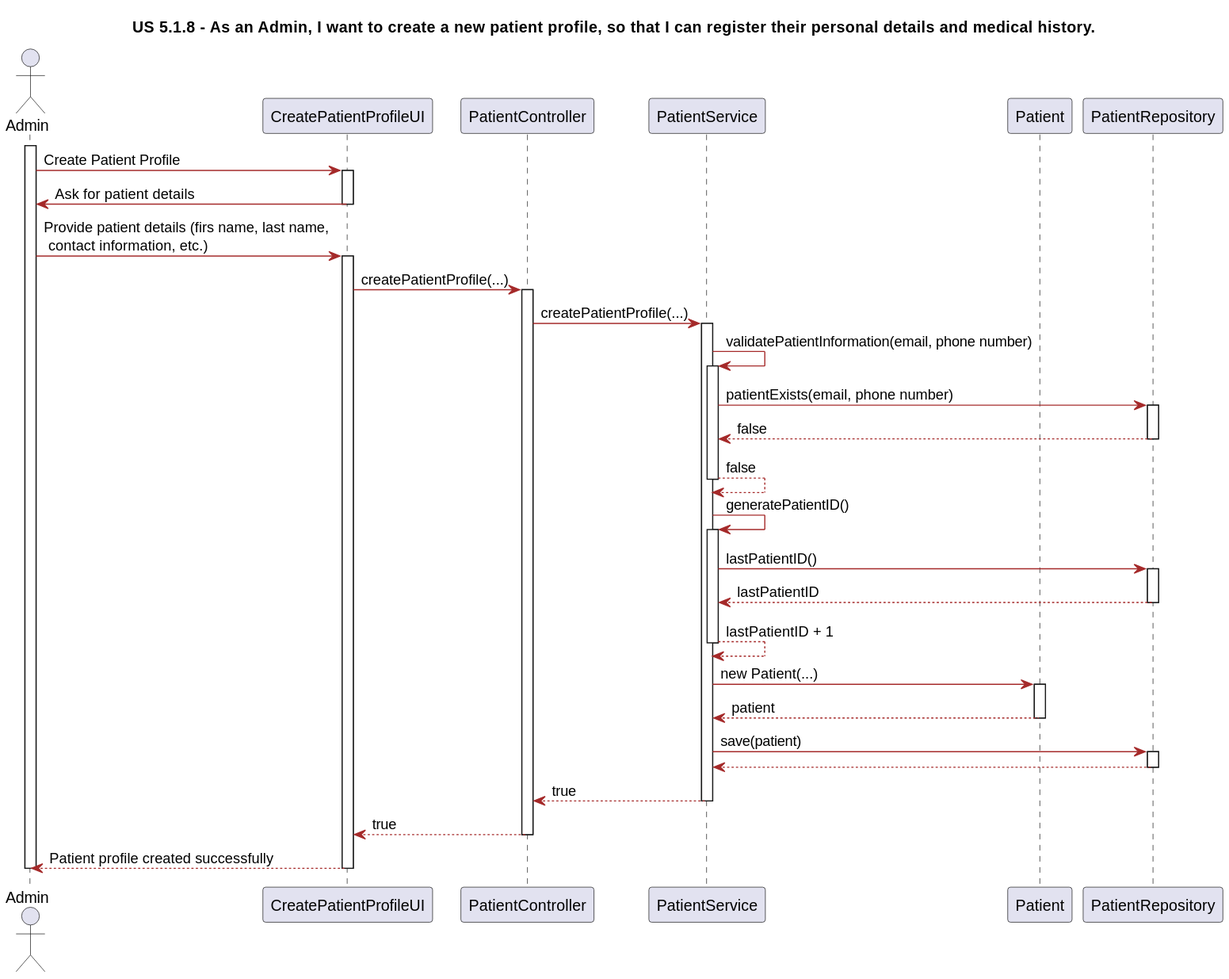
This is Docs/Sprint1/UserStories/LAPR5/us518/design/svg/sequence-diagram.svg from LAPR5-043/sem_5_24_25_043, a PlantUML export, as it was before one commit.
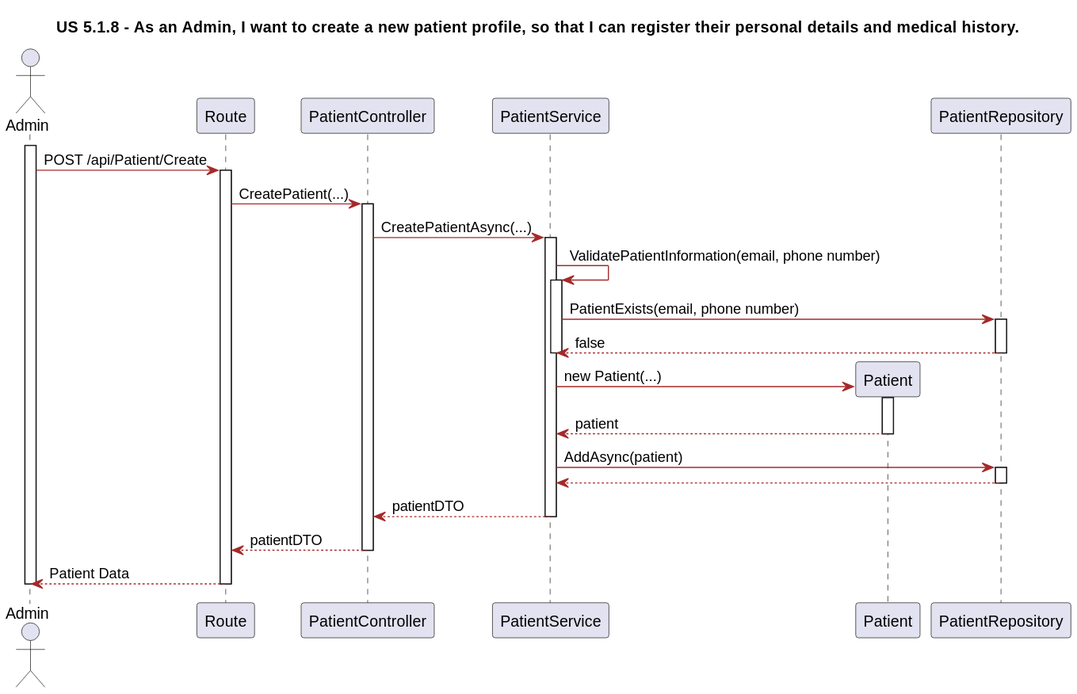
After the change.

Change to the diagram source:
```diff
@@ -23,7 +23,7 @@
 
 actor "Admin" as A
 
-participant "CreatePatientProfileUI" as UI
+participant "Route" as Route
 participant "PatientController" as PC
 participant "PatientService" as PS
 participant "Patient" as P
@@ -33,31 +33,23 @@
 
 activate A
 
-A -> UI: Create Patient Profile
+A -> Route: POST /api/Patient/Create
 
-activate UI
+activate Route
 
-UI -> A: Ask for patient details
-
-deactivate UI
-
-A -> UI: Provide patient details (firs name, last name,\n contact information, etc.)
-
-activate UI
-
-UI -> PC: createPatientProfile(...)
+Route -> PC: CreatePatient(...)
 
 activate PC
 
-PC -> PS: createPatientProfile(...)
+PC -> PS: CreatePatientAsync(...)
 
 activate PS
 
-PS -> PS: validatePatientInformation(email, phone number)
+PS -> PS: ValidatePatientInformation(email, phone number)
 
 activate PS
 
-PS -> PR: patientExists(email, phone number)
+PS -> PR: PatientExists(email, phone number)
 
 activate PR
 
@@ -65,29 +57,11 @@
 
 deactivate PR
 
-PS --> PS: false
-
 deactivate PS
 
 
 
-PS -> PS: generatePatientID()
-
-activate PS
-
-PS -> PR: lastPatientID()
-
-activate PR
-
-PR --> PS: lastPatientID
-
-deactivate PR
-
-PS --> PS: lastPatientID + 1
-
-deactivate PS
-
-PS -> P: new Patient(...)
+PS -> P**: new Patient(...)
 
 activate P
 
@@ -95,7 +69,7 @@
 
 deactivate P
 
-PS -> PR: save(patient)
+PS -> PR: AddAsync(patient)
 
 activate PR
 
@@ -103,17 +77,17 @@
 
 deactivate PR
 
-PS --> PC: true
+PS --> PC: patientDTO
 
 deactivate PS
 
-PC --> UI: true
+PC --> Route: patientDTO
 
 deactivate PC
 
-UI --> A: Patient profile created successfully
+Route --> A: Patient Data
 
-deactivate UI
+deactivate Route
 
 deactivate A
 @enduml
```
